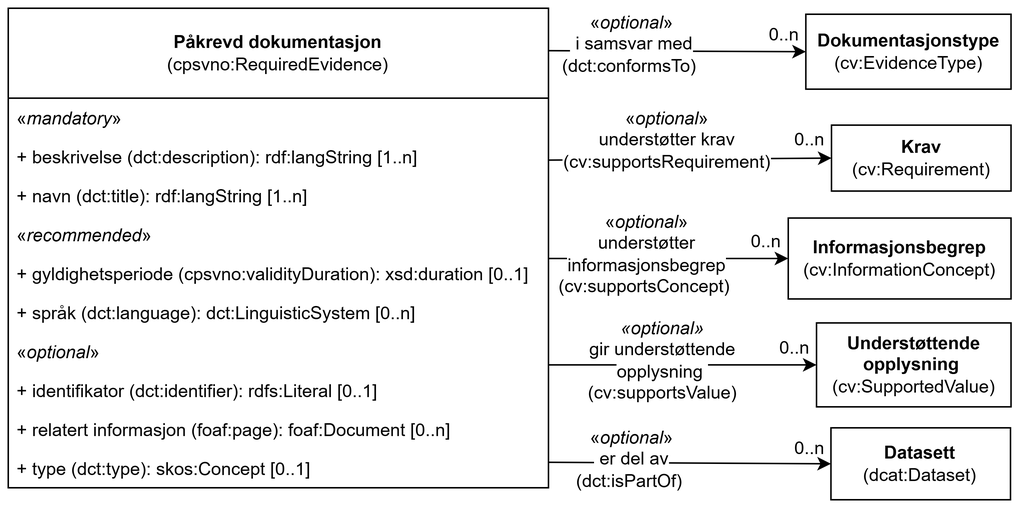
Above: docs/images/KlassenPåkrevdDokumentasjon.png in Informasjonsforvaltning/cccev-ap-no (draw.io), before the change. Source tidied: cells renumbered, new cells last; positions are measured from the earlier drawing's top-left corner, leaving out a move shared by most shapes.
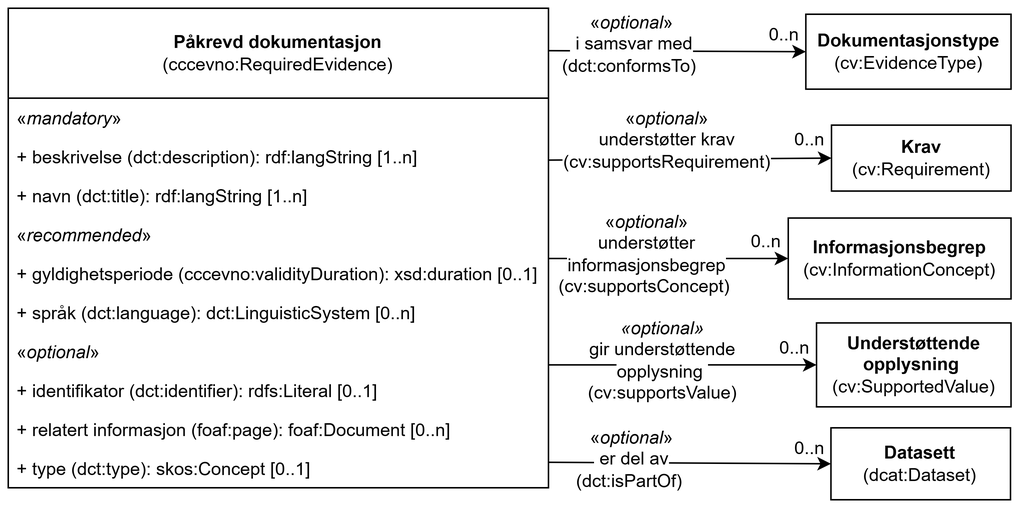
After the commit.

What changed in the source:
```diff
@@ -38,7 +38,7 @@
     <mxCell id="11" value="&lt;span style=&quot;background-color: rgb(255, 255, 255);&quot;&gt;«&lt;i style=&quot;&quot;&gt;optional&lt;/i&gt;»&lt;br&gt;&lt;span style=&quot;text-align: left;&quot;&gt;&amp;nbsp;i samsvar med (dct:conformsTo)&amp;nbsp;&lt;/span&gt;&lt;/span&gt;" style="text;html=1;align=center;verticalAlign=middle;whiteSpace=wrap;rounded=0;labelBackgroundColor=none;" parent="1" vertex="1">
       <mxGeometry x="366.4" width="100" height="48" as="geometry" />
     </mxCell>
-    <mxCell id="12" value="&lt;b style=&quot;border-color: var(--border-color);&quot;&gt;Påkrevd dokumentasjon&lt;/b&gt;&lt;br style=&quot;border-color: var(--border-color);&quot;&gt;(cpsvno:RequiredEvidence)" style="swimlane;fontStyle=0;horizontal=1;startSize=60;fillColor=none;whiteSpace=wrap;html=1;" parent="1" vertex="1">
+    <mxCell id="12" value="&lt;b style=&quot;border-color: var(--border-color);&quot;&gt;Påkrevd dokumentasjon&lt;/b&gt;&lt;br style=&quot;border-color: var(--border-color);&quot;&gt;(cccevno:RequiredEvidence)" style="swimlane;fontStyle=0;horizontal=1;startSize=60;fillColor=none;whiteSpace=wrap;html=1;" parent="1" vertex="1">
       <mxGeometry width="360.1" height="320" as="geometry" />
     </mxCell>
     <mxCell id="13" value="«&lt;i&gt;mandatory&lt;/i&gt;»" style="text;strokeColor=none;fillColor=none;align=left;verticalAlign=top;spacingLeft=4;spacingRight=4;overflow=hidden;whiteSpace=wrap;html=1;" parent="12" vertex="1">
@@ -53,7 +53,7 @@
     <mxCell id="16" value="«&lt;i style=&quot;&quot;&gt;recommended&lt;/i&gt;»" style="text;strokeColor=none;fillColor=none;align=left;verticalAlign=top;spacingLeft=4;spacingRight=4;overflow=hidden;whiteSpace=wrap;html=1;" parent="12" vertex="1">
       <mxGeometry y="138" width="360.1" height="26" as="geometry" />
     </mxCell>
-    <mxCell id="17" value="+ gyldighetsperiode (cpsvno:validityDuration): xsd:duration [0..1]" style="text;strokeColor=none;fillColor=none;align=left;verticalAlign=top;spacingLeft=4;spacingRight=4;overflow=hidden;whiteSpace=wrap;html=1;" parent="12" vertex="1">
+    <mxCell id="17" value="+ gyldighetsperiode (cccevno:validityDuration): xsd:duration [0..1]" style="text;strokeColor=none;fillColor=none;align=left;verticalAlign=top;spacingLeft=4;spacingRight=4;overflow=hidden;whiteSpace=wrap;html=1;" parent="12" vertex="1">
       <mxGeometry y="164" width="360.1" height="26" as="geometry" />
     </mxCell>
     <mxCell id="18" value="+ språk (dct:language): dct:LinguisticSystem [0..n]" style="text;strokeColor=none;fillColor=none;align=left;verticalAlign=top;spacingLeft=4;spacingRight=4;overflow=hidden;whiteSpace=wrap;html=1;" parent="12" vertex="1">
```
